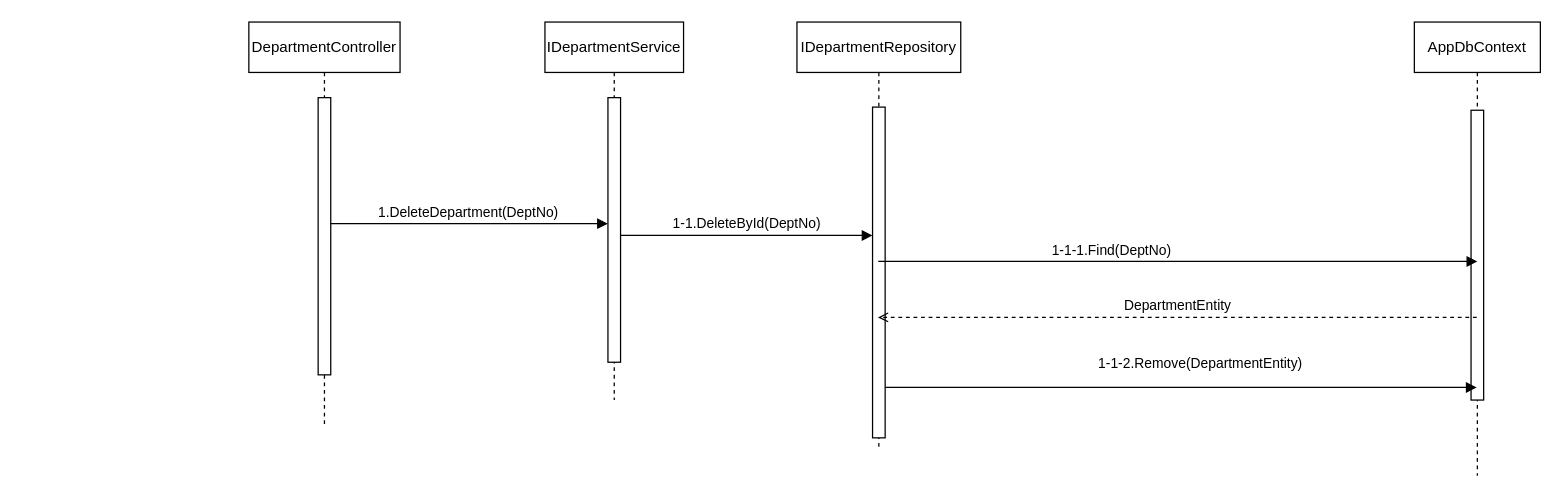
STHub65536/csharp_training_202605 keeps this draw.io diagram as page "部署削除" (4 of 8) of docs/02_design/シーケンス図.drawio. Above is the earlier version. Source tidied: cells renumbered, new cells numbered last; positions are measured from the earlier drawing's top-left corner, leaving out a move shared by most shapes. Both pictures are drawn from the tidied source at 126%, with x=0, y=0 at pixel (248, 21).
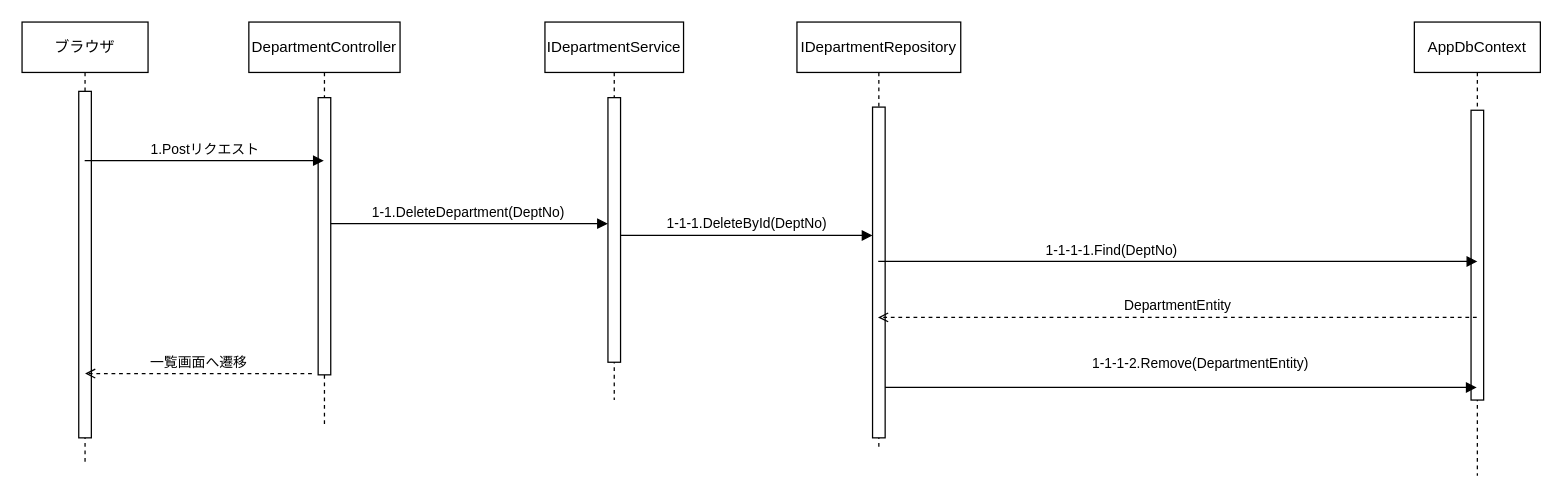
The same page after the edit.

Unchanged cells that the change refers to:
```xml
<mxCell id="6" value="IDepartmentRepository" style="shape=umlLifeline;perimeter=lifelinePerimeter;whiteSpace=wrap;html=1;outlineConnect=0;portConstraint=eastwest;newEdgeStyle={&quot;curved&quot;:0,&quot;rounded&quot;:0};" parent="1" vertex="1">
  <mxGeometry x="435" width="130" height="340" as="geometry" />
</mxCell>
<mxCell id="7" style="html=1;points=[[0,0,0,0,5],[0,1,0,0,-5],[1,0,0,0,5],[1,1,0,0,-5]];perimeter=orthogonalPerimeter;outlineConnect=0;targetShapes=umlLifeline;portConstraint=eastwest;newEdgeStyle={&quot;curved&quot;:0,&quot;rounded&quot;:0};" parent="6" vertex="1">
  <mxGeometry x="60" y="67.5" width="10" height="262.5" as="geometry" />
</mxCell>
```

The edit, as a diff of the source:
```diff
@@
-    <mxCell id="11" value="1-1.DeleteById(DeptNo)" style="html=1;verticalAlign=bottom;endArrow=block;curved=0;rounded=0;" parent="1" edge="1">
+    <mxCell id="11" value="1-1-1.DeleteById(DeptNo)" style="html=1;verticalAlign=bottom;endArrow=block;curved=0;rounded=0;" parent="1" edge="1">
       <mxGeometry relative="1" as="geometry">
         <mxPoint x="295" y="169.4" as="sourcePoint" />
         <mxPoint x="495" y="169.4" as="targetPoint" />
       </mxGeometry>
     </mxCell>
-    <mxCell id="12" value="1.DeleteDepartment(DeptNo)" style="html=1;verticalAlign=bottom;endArrow=block;curved=0;rounded=0;" parent="1" edge="1">
+    <mxCell id="12" value="1-1.DeleteDepartment(DeptNo)" style="html=1;verticalAlign=bottom;endArrow=block;curved=0;rounded=0;" parent="1" edge="1">
       <mxGeometry x="-0.01" relative="1" as="geometry">
         <mxPoint x="65" y="160" as="sourcePoint" />
         <mxPoint x="285" y="160" as="targetPoint" />
       </mxGeometry>
     </mxCell>
@@
-    <mxCell id="14" value="1-1-1&lt;span style=&quot;background-color: light-dark(#ffffff, var(--ge-dark-color, #121212)); color: light-dark(rgb(0, 0, 0), rgb(255, 255, 255));&quot;&gt;.Find(DeptNo)&amp;nbsp; &amp;nbsp; &amp;nbsp; &amp;nbsp; &amp;nbsp; &amp;nbsp; &amp;nbsp; &amp;nbsp; &amp;nbsp; &amp;nbsp; &amp;nbsp; &amp;nbsp; &amp;nbsp; &amp;nbsp; &amp;nbsp; &amp;nbsp; &amp;nbsp; &amp;nbsp;&lt;/span&gt;" style="html=1;verticalAlign=bottom;endArrow=block;curved=0;rounded=0;" parent="1" edge="1" source="6">
+    <mxCell id="14" value="1-1-1-1&lt;span style=&quot;background-color: light-dark(#ffffff, var(--ge-dark-color, #121212)); color: light-dark(rgb(0, 0, 0), rgb(255, 255, 255));&quot;&gt;.Find(DeptNo)&amp;nbsp; &amp;nbsp; &amp;nbsp; &amp;nbsp; &amp;nbsp; &amp;nbsp; &amp;nbsp; &amp;nbsp; &amp;nbsp; &amp;nbsp; &amp;nbsp; &amp;nbsp; &amp;nbsp; &amp;nbsp; &amp;nbsp; &amp;nbsp; &amp;nbsp; &amp;nbsp;&lt;/span&gt;" style="html=1;verticalAlign=bottom;endArrow=block;curved=0;rounded=0;" parent="1" edge="1" source="6">
       <mxGeometry relative="1" as="geometry">
         <mxPoint x="975" y="190" as="targetPoint" />
       </mxGeometry>
     </mxCell>
-    <mxCell id="15" value="1-1-2.Remove(DepartmentEntity)" style="html=1;verticalAlign=bottom;endArrow=block;curved=0;rounded=0;endFill=1;" parent="1" edge="1" source="7">
+    <mxCell id="15" value="1-1-1-2.Remove(DepartmentEntity)" style="html=1;verticalAlign=bottom;endArrow=block;curved=0;rounded=0;endFill=1;" parent="1" edge="1" source="7">
       <mxGeometry x="0.07" y="10" relative="1" as="geometry">
         <mxPoint x="974.5" y="290" as="targetPoint" />
         <mxPoint x="-1" as="offset" />
       </mxGeometry>
     </mxCell>
+    <mxCell id="16" value="ブラウザ" style="shape=umlLifeline;perimeter=lifelinePerimeter;whiteSpace=wrap;html=1;newEdgeStyle={&quot;curved&quot;:0,&quot;rounded&quot;:0};" parent="1" vertex="1">
+      <mxGeometry x="-180" width="100" height="350" as="geometry" />
+    </mxCell>
+    <mxCell id="17" style="html=1;perimeter=orthogonalPerimeter;targetShapes=umlLifeline;newEdgeStyle={&quot;curved&quot;:0,&quot;rounded&quot;:0};" parent="16" vertex="1">
+      <mxGeometry x="45" y="55" width="10" height="275" as="geometry" />
+    </mxCell>
+    <mxCell id="18" value="1.Postリクエスト" style="html=1;verticalAlign=bottom;endArrow=block;curved=0;rounded=0;" parent="1" edge="1">
+      <mxGeometry relative="1" as="geometry">
+        <mxPoint x="-130.3" y="110" as="sourcePoint" />
+        <mxPoint x="59.5" y="110" as="targetPoint" />
+      </mxGeometry>
+    </mxCell>
+    <mxCell id="19" value="一覧画面へ遷移" style="html=1;verticalAlign=bottom;endArrow=open;curved=0;rounded=0;dashed=1;endFill=0;" parent="1" edge="1">
+      <mxGeometry relative="1" as="geometry">
+        <mxPoint x="50" y="279" as="sourcePoint" />
+        <mxPoint x="-130" y="279" as="targetPoint" />
+      </mxGeometry>
+    </mxCell>
```
